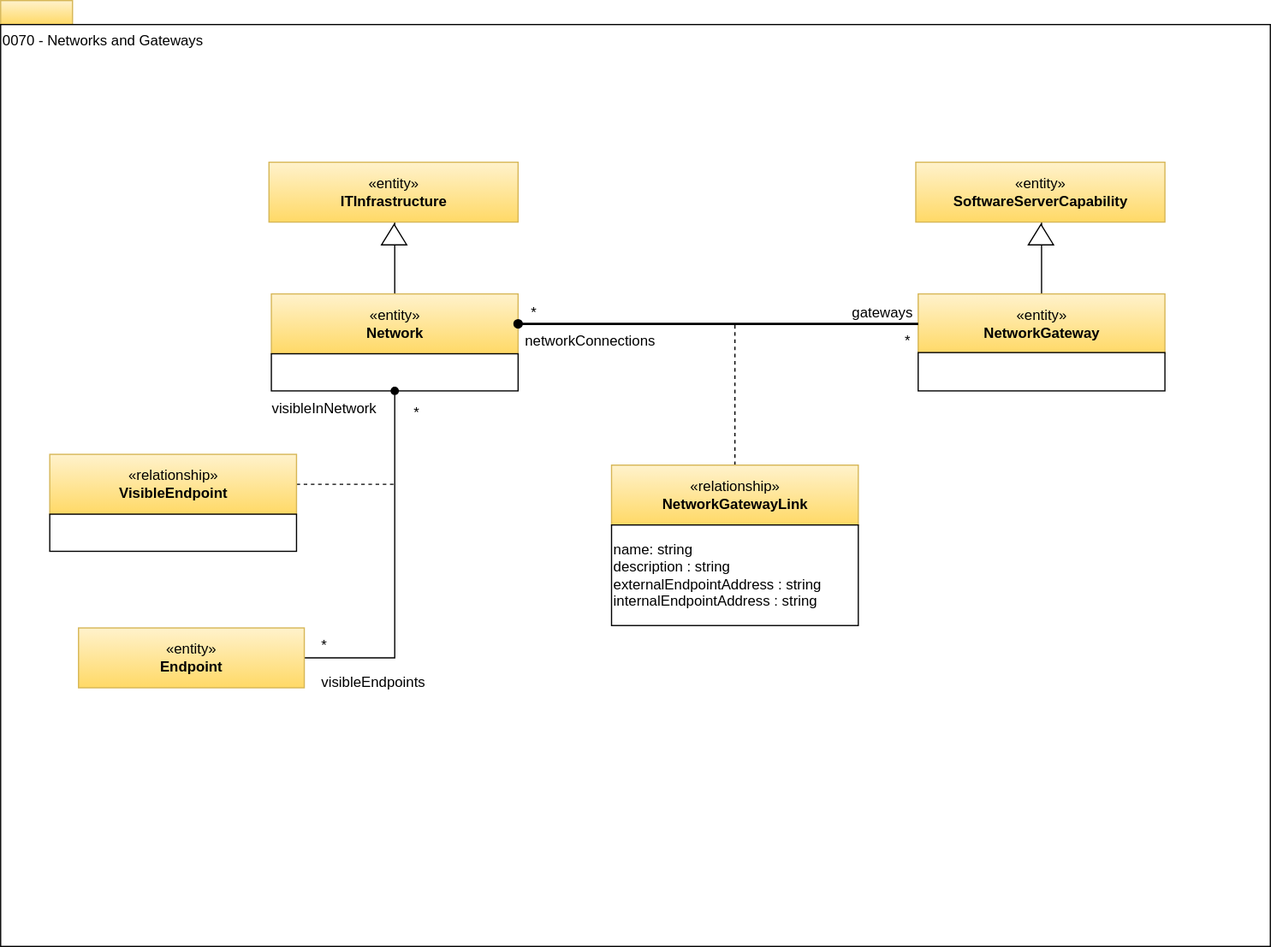
Earlier version of the draw.io export site/docs/types/0/0070-Networks-and-Gateways.svg (odpi/egeria-docs). Source tidied: cells renumbered, new cells last; positions are measured from the earlier drawing's top-left corner, leaving out a move shared by most shapes.
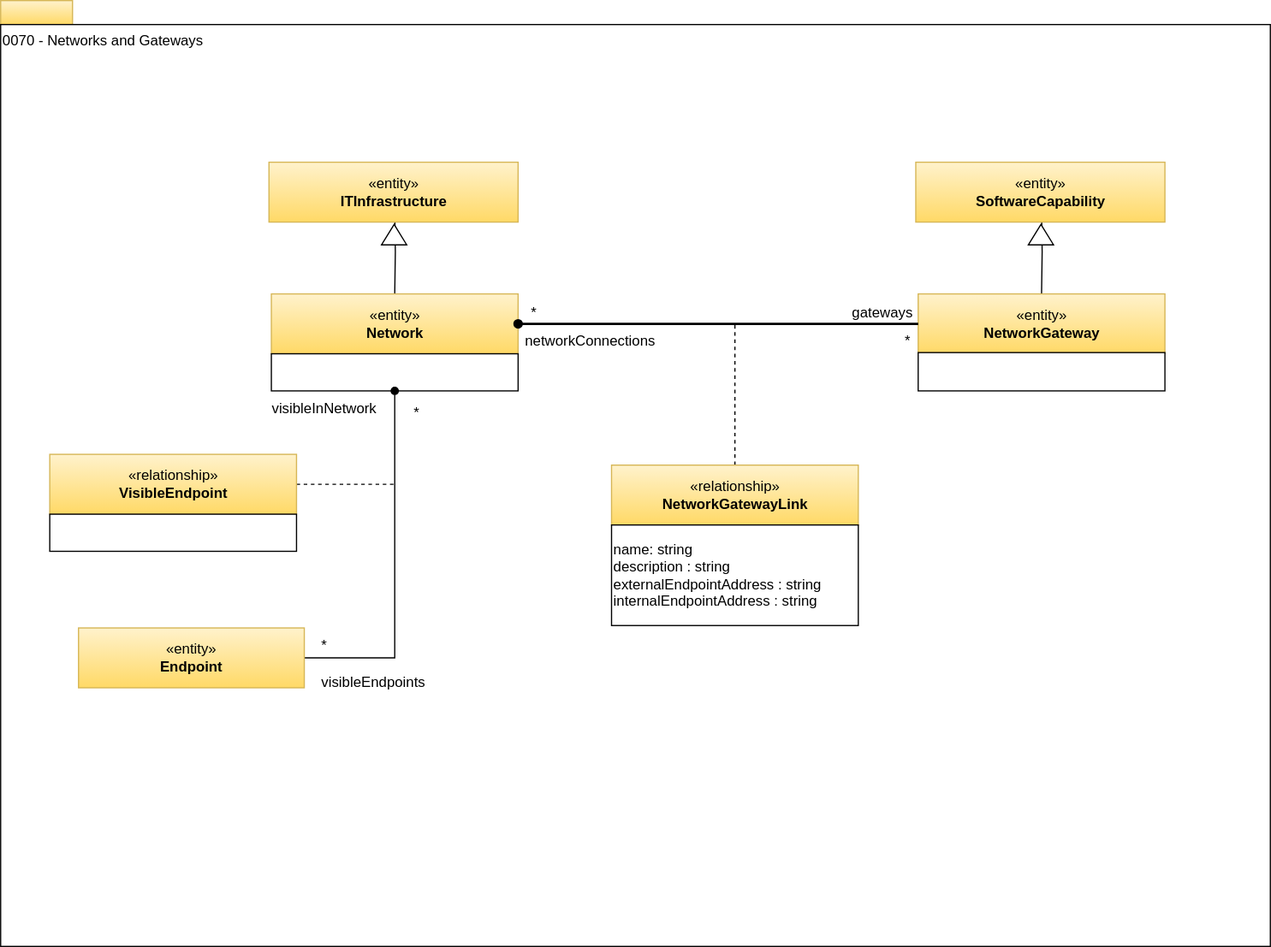
Above is the later version.

Diff of the diagram source:
```diff
@@ -50,7 +50,7 @@
     <mxCell id="15" style="triangle;whiteSpace=wrap;html=1;strokeColor=#000000;gradientColor=#ffffff;align=center;rotation=-90;" parent="1" vertex="1">
       <mxGeometry x="860" y="185" width="17" height="21" as="geometry" />
     </mxCell>
-    <mxCell id="16" value="«entity»&lt;br&gt;&lt;b&gt;SoftwareServerCapability&lt;/b&gt;" style="html=1;strokeColor=#d6b656;align=center;fillColor=#fff2cc;gradientColor=#ffd966;" parent="1" vertex="1">
+    <mxCell id="16" value="«entity»&lt;br&gt;&lt;b&gt;SoftwareCapability&lt;/b&gt;" style="html=1;strokeColor=#d6b656;align=center;fillColor=#fff2cc;gradientColor=#ffd966;" parent="1" vertex="1">
       <mxGeometry x="764" y="135" width="208" height="50" as="geometry" />
     </mxCell>
     <mxCell id="17" style="edgeStyle=orthogonalEdgeStyle;rounded=0;html=1;exitX=0.5;exitY=0;dashed=1;endArrow=none;endFill=0;jettySize=auto;" parent="1" edge="1" source="18">
```
